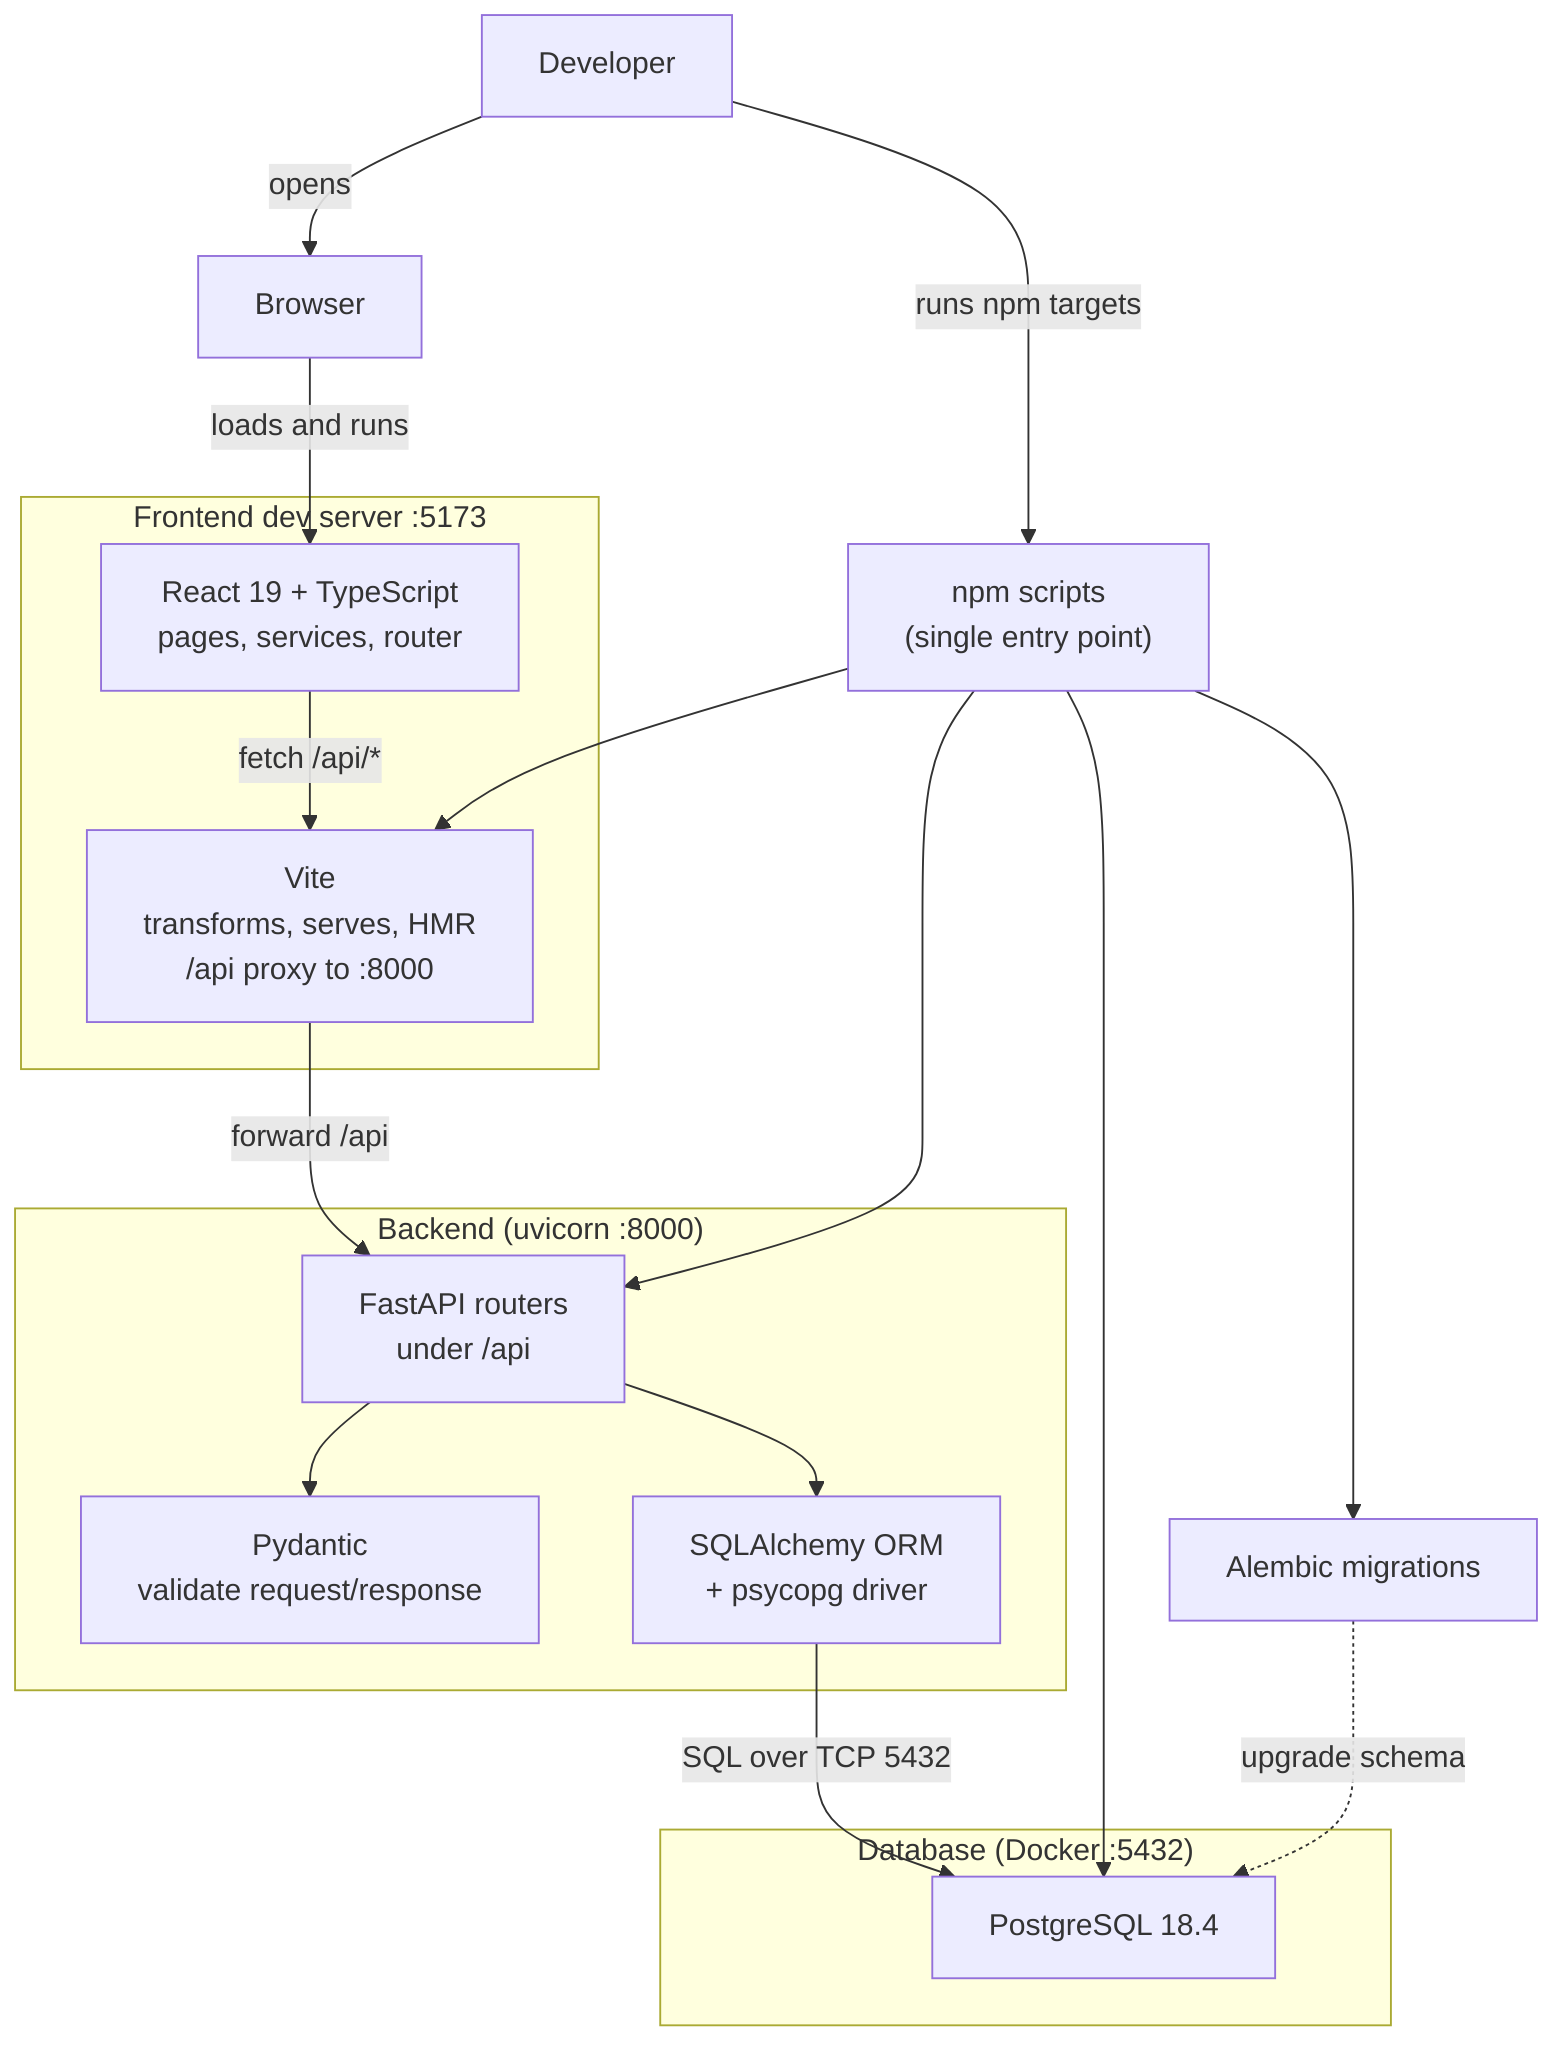
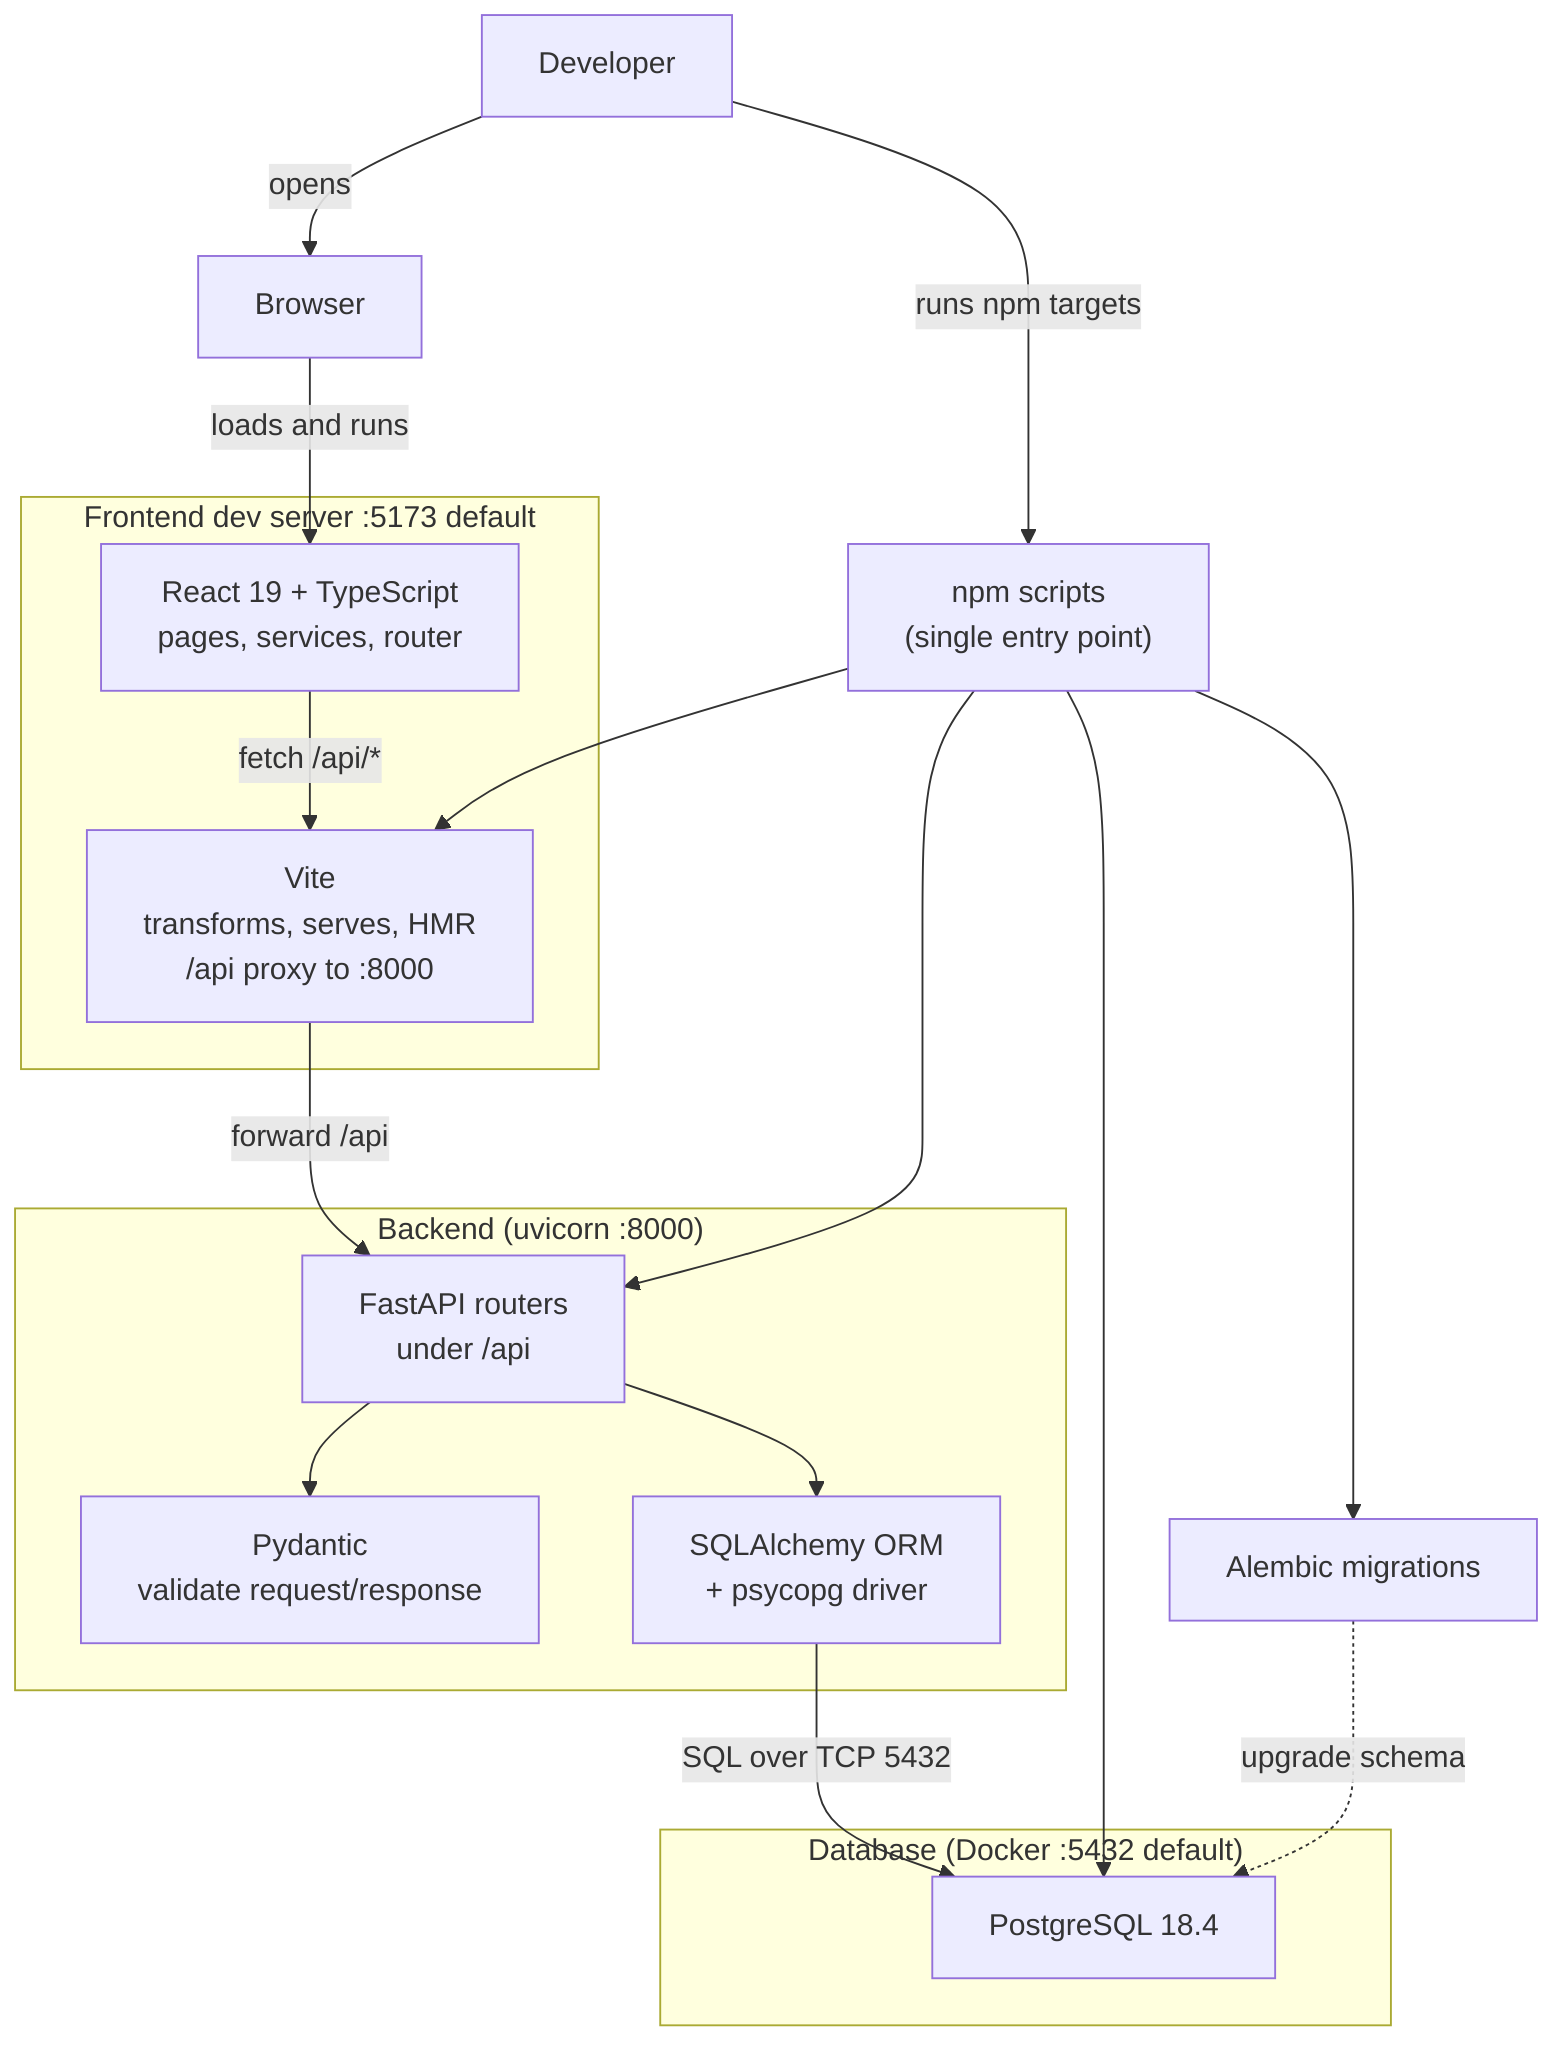
flowchart TB
    DEVELOPER["Developer"]
    BROWSER["Browser"]

-     subgraph DEV["Frontend dev server :5173"]
+     subgraph DEV["Frontend dev server :5173 default"]
        REACT["React 19 + TypeScript<br/>pages, services, router"]
        VITE["Vite<br/>transforms, serves, HMR<br/>/api proxy to :8000"]
        REACT -->|"fetch /api/*"| VITE
    end

    subgraph BACKEND["Backend (uvicorn :8000)"]
        FASTAPI["FastAPI routers<br/>under /api"]
        PYDANTIC["Pydantic<br/>validate request/response"]
        ORM["SQLAlchemy ORM<br/>+ psycopg driver"]
        FASTAPI --> PYDANTIC
        FASTAPI --> ORM
    end

-     subgraph DATA["Database (Docker :5432)"]
+     subgraph DATA["Database (Docker :5432 default)"]
        PG["PostgreSQL 18.4"]
    end

    NPM["npm scripts<br/>(single entry point)"]
    ALEMBIC["Alembic migrations"]

    DEVELOPER -->|"runs npm targets"| NPM
    DEVELOPER -->|"opens"| BROWSER
    BROWSER -->|"loads and runs"| REACT
    VITE -->|"forward /api"| FASTAPI
    ORM -->|"SQL over TCP 5432"| PG

    NPM --> VITE
    NPM --> FASTAPI
    NPM --> PG
    NPM --> ALEMBIC
    ALEMBIC -.->|"upgrade schema"| PG
